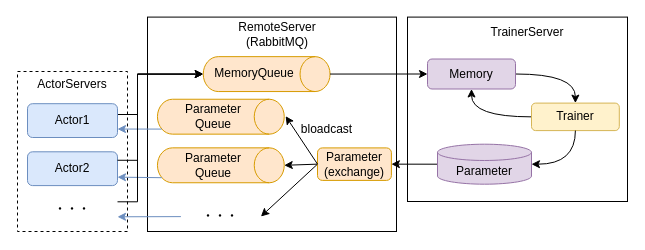
This is page "distribution" (4 of 4) of diagrams/overview.drawio from pocokhc/simple_distributed_rl, a draw.io file, before an edit. Source tidied: cells renumbered, new cells numbered last; positions are measured from the earlier drawing's top-left corner, leaving out a move shared by most shapes. Both pictures are drawn from the tidied source at 100%, with x=0, y=0 at pixel (17, 10).
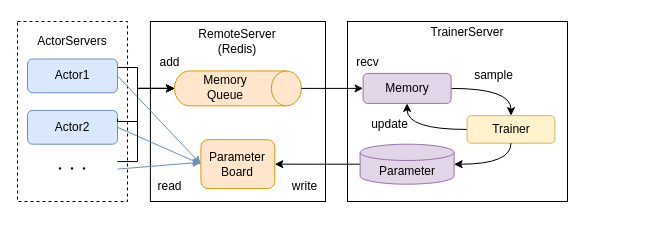
After the change.

What changed in the source:
```diff
@@
     <mxCell id="2" style="rounded=0;whiteSpace=wrap;html=1;dashed=1;" parent="1" vertex="1">
-      <mxGeometry y="61" width="110" height="160" as="geometry" />
+      <mxGeometry y="11" width="110" height="180" as="geometry" />
     </mxCell>
     <mxCell id="3" style="rounded=0;whiteSpace=wrap;html=1;" parent="1" vertex="1">
-      <mxGeometry x="390" y="6.6" width="220" height="184.4" as="geometry" />
+      <mxGeometry x="330" y="11" width="220" height="180" as="geometry" />
     </mxCell>
     <mxCell id="4" value="TrainerServer" style="text;html=1;strokeColor=none;fillColor=none;align=center;verticalAlign=middle;whiteSpace=wrap;rounded=0;" parent="1" vertex="1">
-      <mxGeometry x="480" y="6.6" width="60" height="30" as="geometry" />
+      <mxGeometry x="420" y="6.6" width="60" height="30" as="geometry" />
     </mxCell>
     <mxCell id="5" style="rounded=0;whiteSpace=wrap;html=1;" parent="1" vertex="1">
-      <mxGeometry x="130" y="6.6" width="249" height="214.4" as="geometry" />
+      <mxGeometry x="132.9" y="11" width="175.1" height="180" as="geometry" />
     </mxCell>
-    <mxCell id="6" value="RemoteServer&lt;br&gt;(RabbitMQ)" style="text;html=1;strokeColor=none;fillColor=none;align=center;verticalAlign=middle;whiteSpace=wrap;rounded=0;" parent="1" vertex="1">
-      <mxGeometry x="206.5" y="6.6" width="106" height="35.6" as="geometry" />
+    <mxCell id="6" value="RemoteServer&lt;br&gt;(Redis)" style="text;html=1;strokeColor=none;fillColor=none;align=center;verticalAlign=middle;whiteSpace=wrap;rounded=0;" parent="1" vertex="1">
+      <mxGeometry x="167.4" y="13" width="106" height="35.6" as="geometry" />
     </mxCell>
     <mxCell id="7" value="ActorServers" style="text;html=1;strokeColor=none;fillColor=none;align=center;verticalAlign=middle;whiteSpace=wrap;rounded=0;" parent="1" vertex="1">
-      <mxGeometry x="25" y="58.8" width="60" height="30" as="geometry" />
+      <mxGeometry x="25" y="16.1" width="60" height="30" as="geometry" />
     </mxCell>
@@
     <mxCell id="9" value="Parameter" style="shape=cylinder3;whiteSpace=wrap;html=1;boundedLbl=1;backgroundOutline=1;size=8.142857142857167;fillColor=#e1d5e7;strokeColor=#9673a6;" parent="1" vertex="1">
-      <mxGeometry x="420" y="133.7" width="94" height="40" as="geometry" />
+      <mxGeometry x="342.6" y="133.7" width="94" height="40" as="geometry" />
     </mxCell>
@@
     <mxCell id="11" value="Memory" style="rounded=1;whiteSpace=wrap;html=1;fillColor=#e1d5e7;strokeColor=#9673a6;" parent="1" vertex="1">
-      <mxGeometry x="410" y="48.5" width="88" height="30" as="geometry" />
+      <mxGeometry x="345.6" y="62.9" width="88" height="30" as="geometry" />
     </mxCell>
-    <mxCell id="12" style="rounded=0;jettySize=auto;html=1;exitX=0;exitY=0.5;exitDx=0;exitDy=0;entryX=1;entryY=0.5;entryDx=0;entryDy=0;" parent="1" edge="1" source="13" target="25">
-      <mxGeometry relative="1" as="geometry" />
-    </mxCell>
-    <mxCell id="13" value="Parameter&lt;br&gt;(exchange)" style="rounded=1;whiteSpace=wrap;html=1;fillColor=#ffe6cc;strokeColor=#d79b00;" parent="1" vertex="1">
-      <mxGeometry x="300" y="137.4" width="73.9" height="32.5" as="geometry" />
+    <mxCell id="13" value="Parameter&lt;br&gt;Board" style="rounded=1;whiteSpace=wrap;html=1;fillColor=#ffe6cc;strokeColor=#d79b00;" parent="1" vertex="1">
+      <mxGeometry x="183.4" y="129.2" width="73.9" height="48.9" as="geometry" />
     </mxCell>
-    <mxCell id="14" value="bloadcast" style="text;html=1;strokeColor=none;fillColor=none;align=center;verticalAlign=middle;whiteSpace=wrap;rounded=0;" parent="1" vertex="1">
-      <mxGeometry x="266.8" y="103.6" width="85" height="30" as="geometry" />
-    </mxCell>
     <mxCell id="15" style="group;" parent="1" vertex="1">
-      <mxGeometry x="185.7" y="46.1" width="126.8" height="34.9" as="geometry" />
+      <mxGeometry x="157" y="53.9" width="126.8" height="34.9" as="geometry" />
     </mxCell>
     <mxCell id="16" style="shape=cylinder3;whiteSpace=wrap;html=1;boundedLbl=1;backgroundOutline=1;size=15;rotation=90;fillColor=#ffe6cc;strokeColor=#d79b00;" parent="15" vertex="1">
-      <mxGeometry x="46" y="-45.9" width="34.9" height="126.8" as="geometry" />
+      <mxGeometry x="46" y="-39.4" width="34.9" height="126.8" as="geometry" />
     </mxCell>
-    <mxCell id="17" value="MemoryQueue" style="text;html=1;strokeColor=none;fillColor=none;align=center;verticalAlign=middle;whiteSpace=wrap;rounded=0;" parent="15" vertex="1">
-      <mxGeometry x="13.3" y="5.3" width="76" height="22.5" as="geometry" />
+    <mxCell id="17" value="Memory&lt;br&gt;Queue" style="text;html=1;strokeColor=none;fillColor=none;align=center;verticalAlign=middle;whiteSpace=wrap;rounded=0;" parent="15" vertex="1">
+      <mxGeometry x="13.3" y="11.8" width="76" height="22.5" as="geometry" />
     </mxCell>
-    <mxCell id="18" style="group;" parent="1" vertex="1">
-      <mxGeometry x="140" y="88.8" width="126.8" height="34.9" as="geometry" />
-    </mxCell>
-    <mxCell id="19" style="shape=cylinder3;whiteSpace=wrap;html=1;boundedLbl=1;backgroundOutline=1;size=15;rotation=90;fillColor=#ffe6cc;strokeColor=#d79b00;" parent="18" vertex="1">
-      <mxGeometry x="45.9" y="-46" width="34.9" height="126.8" as="geometry" />
-    </mxCell>
-    <mxCell id="20" value="Parameter&lt;br&gt;Queue" style="text;html=1;strokeColor=none;fillColor=none;align=center;verticalAlign=middle;whiteSpace=wrap;rounded=0;" parent="18" vertex="1">
-      <mxGeometry x="17.5" y="6.2" width="76" height="22.5" as="geometry" />
-    </mxCell>
-    <mxCell id="21" style="group;" parent="1" vertex="1">
-      <mxGeometry x="140" y="137.4" width="126.8" height="34.9" as="geometry" />
-    </mxCell>
-    <mxCell id="22" style="shape=cylinder3;whiteSpace=wrap;html=1;boundedLbl=1;backgroundOutline=1;size=15;rotation=90;fillColor=#ffe6cc;strokeColor=#d79b00;" parent="21" vertex="1">
-      <mxGeometry x="45.9" y="-46" width="34.9" height="126.8" as="geometry" />
-    </mxCell>
-    <mxCell id="23" value="Parameter&lt;br&gt;Queue" style="text;html=1;strokeColor=none;fillColor=none;align=center;verticalAlign=middle;whiteSpace=wrap;rounded=0;" parent="21" vertex="1">
-      <mxGeometry x="17.5" y="6.2" width="76" height="22.5" as="geometry" />
-    </mxCell>
-    <mxCell id="24" style="rounded=0;jettySize=auto;html=1;entryX=1;entryY=0.75;entryDx=0;entryDy=0;fillColor=#dae8fc;strokeColor=#6c8ebf;" parent="1" edge="1" source="25" target="29">
+    <mxCell id="24" style="rounded=0;jettySize=auto;html=1;entryX=0.002;entryY=0.461;entryDx=0;entryDy=0;fillColor=#dae8fc;strokeColor=#6c8ebf;entryPerimeter=0;exitX=1;exitY=0.5;exitDx=0;exitDy=0;" parent="1" edge="1" source="29" target="13">
       <mxGeometry relative="1" as="geometry" />
     </mxCell>
-    <mxCell id="25" value="・・・" style="text;html=1;strokeColor=none;fillColor=none;align=center;verticalAlign=middle;whiteSpace=wrap;rounded=0;fontStyle=0;" parent="1" vertex="1">
-      <mxGeometry x="163.4" y="191" width="80" height="30" as="geometry" />
-    </mxCell>
     <mxCell id="26" style="rounded=0;jettySize=auto;html=1;exitX=1;exitY=0.25;exitDx=0;exitDy=0;entryX=0.5;entryY=1;entryDx=0;entryDy=0;entryPerimeter=0;edgeStyle=orthogonalEdgeStyle;" parent="1" edge="1" source="27" target="16">
       <mxGeometry relative="1" as="geometry">
         <Array as="points">
-          <mxPoint x="120" y="104" />
-          <mxPoint x="120" y="64" />
+          <mxPoint x="120" y="57" />
+          <mxPoint x="120" y="78" />
         </Array>
       </mxGeometry>
     </mxCell>
     <mxCell id="27" value="Actor1" style="rounded=1;whiteSpace=wrap;html=1;fillColor=#dae8fc;strokeColor=#6c8ebf;" parent="1" vertex="1">
-      <mxGeometry x="10" y="93.2" width="90" height="33.8" as="geometry" />
+      <mxGeometry x="10" y="48.5" width="90" height="33.8" as="geometry" />
     </mxCell>
     <mxCell id="28" value="Actor2" style="rounded=1;whiteSpace=wrap;html=1;fillColor=#dae8fc;strokeColor=#6c8ebf;" parent="1" vertex="1">
-      <mxGeometry x="10" y="141.3" width="90" height="33.8" as="geometry" />
+      <mxGeometry x="10" y="99.9" width="90" height="33.8" as="geometry" />
     </mxCell>
     <mxCell id="29" value="・・・" style="text;html=1;strokeColor=none;fillColor=none;align=center;verticalAlign=middle;whiteSpace=wrap;rounded=0;fontStyle=0;" parent="1" vertex="1">
-      <mxGeometry x="10" y="183.8" width="90" height="30" as="geometry" />
+      <mxGeometry x="10" y="143.6" width="90" height="30" as="geometry" />
     </mxCell>
-    <mxCell id="30" style="rounded=0;jettySize=auto;html=1;entryX=1;entryY=0.75;entryDx=0;entryDy=0;exitX=0.855;exitY=1;exitDx=0;exitDy=-4.35;exitPerimeter=0;fillColor=#dae8fc;strokeColor=#6c8ebf;" parent="1" edge="1" source="19" target="27">
+    <mxCell id="30" style="rounded=0;jettySize=auto;html=1;entryX=0;entryY=0.5;entryDx=0;entryDy=0;exitX=1;exitY=0.5;exitDx=0;exitDy=0;fillColor=#dae8fc;strokeColor=#6c8ebf;" parent="1" edge="1" source="27" target="13">
       <mxGeometry relative="1" as="geometry" />
     </mxCell>
-    <mxCell id="31" style="rounded=0;jettySize=auto;html=1;exitX=0.855;exitY=1;exitDx=0;exitDy=-4.35;exitPerimeter=0;entryX=1;entryY=0.75;entryDx=0;entryDy=0;fillColor=#dae8fc;strokeColor=#6c8ebf;" parent="1" edge="1" source="22" target="28">
+    <mxCell id="31" style="rounded=0;jettySize=auto;html=1;exitX=1;exitY=0.5;exitDx=0;exitDy=0;entryX=0;entryY=0.5;entryDx=0;entryDy=0;fillColor=#dae8fc;strokeColor=#6c8ebf;" parent="1" edge="1" source="28" target="13">
       <mxGeometry relative="1" as="geometry" />
     </mxCell>
     <mxCell id="32" style="rounded=0;jettySize=auto;html=1;exitX=1;exitY=0.25;exitDx=0;exitDy=0;entryX=0.5;entryY=1;entryDx=0;entryDy=0;entryPerimeter=0;edgeStyle=orthogonalEdgeStyle;" parent="1" edge="1" source="28" target="16">
       <mxGeometry relative="1" as="geometry">
         <Array as="points">
-          <mxPoint x="120" y="150" />
-          <mxPoint x="120" y="64" />
+          <mxPoint x="100" y="111" />
+          <mxPoint x="120" y="111" />
+          <mxPoint x="120" y="78" />
         </Array>
       </mxGeometry>
     </mxCell>
-    <mxCell id="33" style="rounded=0;jettySize=auto;html=1;entryX=0.484;entryY=-0.011;entryDx=0;entryDy=0;entryPerimeter=0;exitX=0;exitY=0.5;exitDx=0;exitDy=0;" parent="1" edge="1" source="13" target="19">
-      <mxGeometry relative="1" as="geometry" />
-    </mxCell>
-    <mxCell id="34" style="rounded=0;jettySize=auto;html=1;exitX=0;exitY=0.5;exitDx=0;exitDy=0;entryX=0.5;entryY=0;entryDx=0;entryDy=0;entryPerimeter=0;" parent="1" edge="1" source="13" target="22">
-      <mxGeometry relative="1" as="geometry" />
-    </mxCell>
     <mxCell id="35" style="rounded=0;jettySize=auto;html=1;entryX=0.5;entryY=1;entryDx=0;entryDy=0;entryPerimeter=0;edgeStyle=orthogonalEdgeStyle;exitX=1;exitY=0.25;exitDx=0;exitDy=0;" parent="1" edge="1" source="29" target="16">
       <mxGeometry relative="1" as="geometry">
         <Array as="points">
-          <mxPoint x="120" y="191" />
-          <mxPoint x="120" y="64" />
+          <mxPoint x="120" y="151" />
+          <mxPoint x="120" y="78" />
         </Array>
       </mxGeometry>
     </mxCell>
@@
     <mxCell id="37" value="Trainer" style="rounded=1;whiteSpace=wrap;html=1;fillColor=#fff2cc;strokeColor=#d6b656;" parent="1" vertex="1">
-      <mxGeometry x="514" y="92.6" width="87.8" height="27.5" as="geometry" />
+      <mxGeometry x="449.6" y="105.2" width="87.8" height="27.5" as="geometry" />
     </mxCell>
-    <mxCell id="38" style="rounded=0;jettySize=auto;html=1;entryX=0;entryY=0.5;entryDx=0;entryDy=0;" parent="1" edge="1" source="16" target="11">
+    <mxCell id="38" style="rounded=0;jettySize=auto;html=1;entryX=0;entryY=0.5;entryDx=0;entryDy=0;exitX=0.5;exitY=0;exitDx=0;exitDy=0;exitPerimeter=0;" parent="1" edge="1" source="16" target="11">
       <mxGeometry relative="1" as="geometry" />
     </mxCell>
@@
+    <mxCell id="40" value="read" style="text;html=1;strokeColor=none;fillColor=none;align=center;verticalAlign=middle;whiteSpace=wrap;rounded=0;" parent="1" vertex="1">
+      <mxGeometry x="110" y="161" width="85" height="30" as="geometry" />
+    </mxCell>
+    <mxCell id="41" value="write" style="text;html=1;strokeColor=none;fillColor=none;align=center;verticalAlign=middle;whiteSpace=wrap;rounded=0;" parent="1" vertex="1">
+      <mxGeometry x="245" y="161" width="85" height="30" as="geometry" />
+    </mxCell>
+    <mxCell id="42" value="add" style="text;html=1;strokeColor=none;fillColor=none;align=center;verticalAlign=middle;whiteSpace=wrap;rounded=0;" parent="1" vertex="1">
+      <mxGeometry x="110" y="36.6" width="85" height="30" as="geometry" />
+    </mxCell>
+    <mxCell id="43" value="recv" style="text;html=1;strokeColor=none;fillColor=none;align=center;verticalAlign=middle;whiteSpace=wrap;rounded=0;" parent="1" vertex="1">
+      <mxGeometry x="307.9" y="36.6" width="85" height="30" as="geometry" />
+    </mxCell>
+    <mxCell id="44" value="sample" style="text;html=1;strokeColor=none;fillColor=none;align=center;verticalAlign=middle;whiteSpace=wrap;rounded=0;" parent="1" vertex="1">
+      <mxGeometry x="433.6" y="50.4" width="85" height="30" as="geometry" />
+    </mxCell>
+    <mxCell id="45" value="update" style="text;html=1;strokeColor=none;fillColor=none;align=center;verticalAlign=middle;whiteSpace=wrap;rounded=0;" parent="1" vertex="1">
+      <mxGeometry x="330" y="99.2" width="85" height="30" as="geometry" />
+    </mxCell>
```
